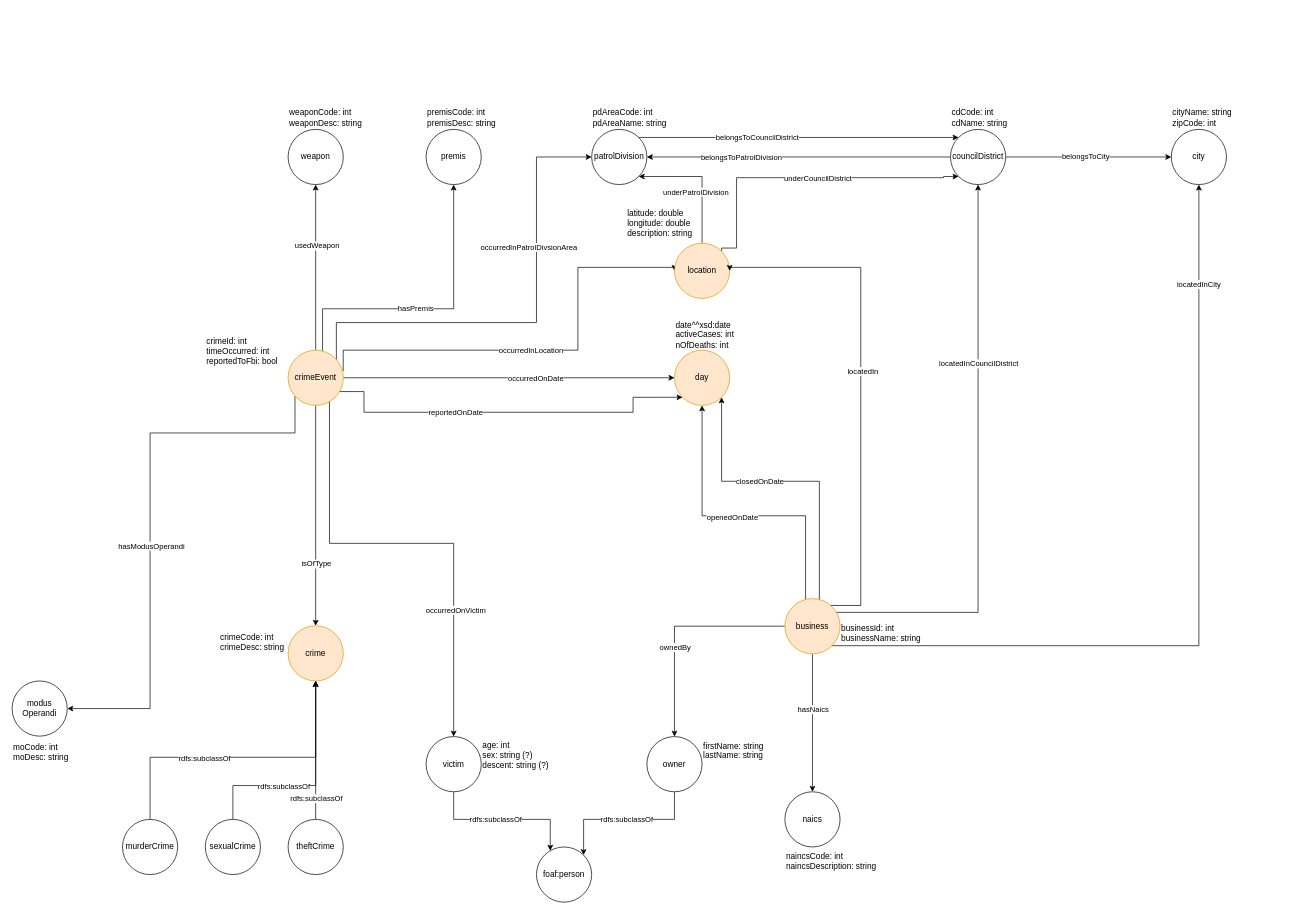
Above: requirements analysis/Bitsei_ontology.drawio in mircocazzaro/bitsei-db2-unipd (draw.io), before the change. Source tidied: cells renumbered, new cells numbered last; positions are measured from the earlier drawing's top-left corner, leaving out a move shared by most shapes. Both pictures are drawn from the tidied source at 69%, with x=0, y=0 at pixel (12, 74).
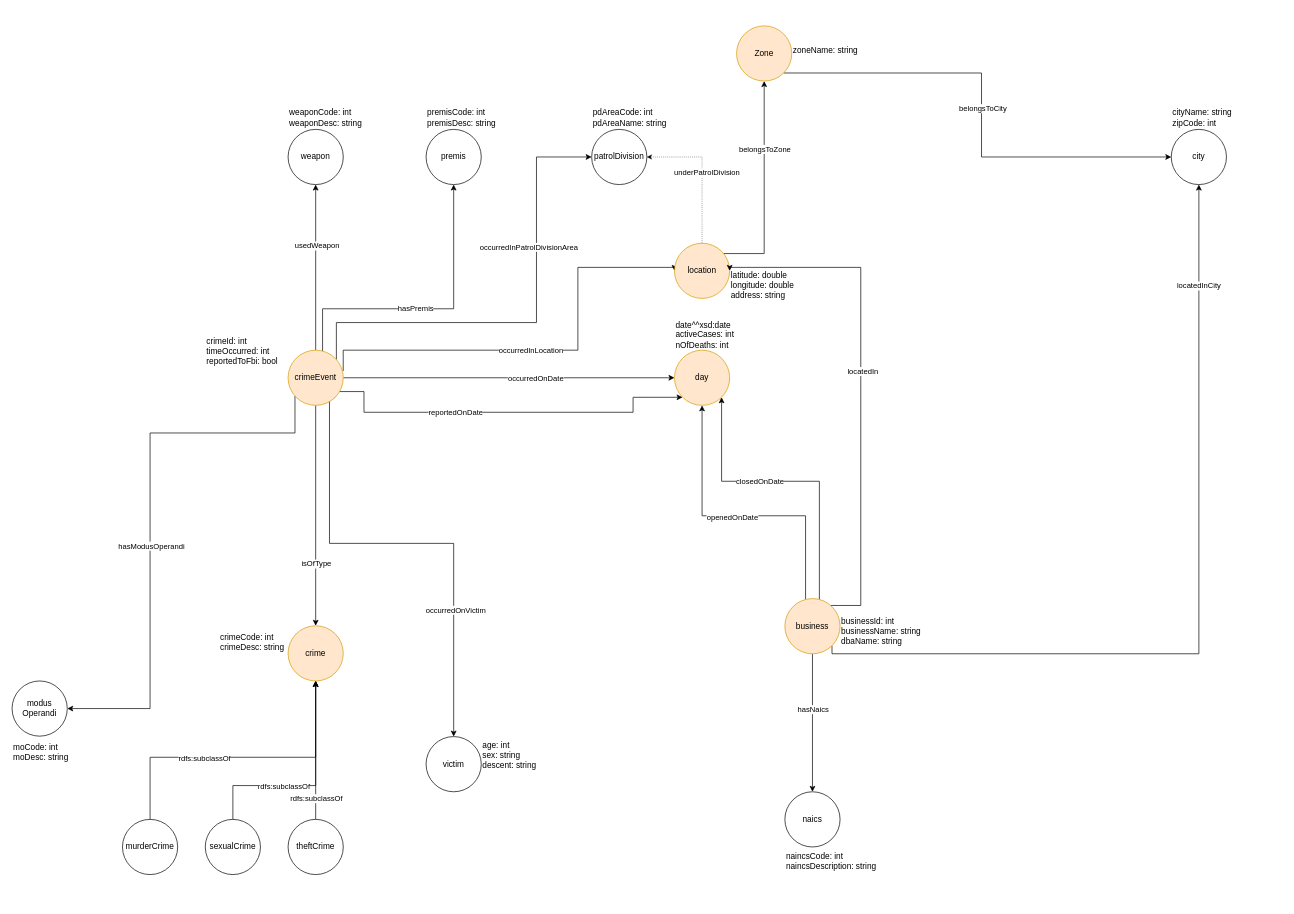
The same diagram, later.

Commit message:
Requirement Analysis: updated the ontology graph

Unchanged cells that the change refers to:
```xml
<mxCell id="4" style="edgeStyle=orthogonalEdgeStyle;rounded=0;jettySize=auto;html=1;" parent="1" edge="1" source="20" target="30">
  <mxGeometry relative="1" as="geometry">
    <Array as="points">
      <mxPoint x="470" y="360" />
      <mxPoint x="760" y="360" />
      <mxPoint x="760" y="120" />
    </Array>
  </mxGeometry>
</mxCell>
<mxCell id="27" value="location" style="ellipse;whiteSpace=wrap;html=1;fillColor=#ffe6cc;strokeColor=#d79b00;" parent="1" vertex="1">
  <mxGeometry x="960" y="245" width="80" height="80" as="geometry" />
</mxCell>
<mxCell id="30" value="patrolDivision" style="ellipse;whiteSpace=wrap;html=1;" parent="1" vertex="1">
  <mxGeometry x="840" y="80" width="80" height="80" as="geometry" />
</mxCell>
<mxCell id="36" value="victim" style="ellipse;whiteSpace=wrap;html=1;" parent="1" vertex="1">
  <mxGeometry x="600" y="960" width="80" height="80" as="geometry" />
</mxCell>
<mxCell id="51" value="business" style="ellipse;whiteSpace=wrap;html=1;fillColor=#ffe6cc;strokeColor=#d79b00;" parent="1" vertex="1">
  <mxGeometry x="1120" y="760" width="80" height="80" as="geometry" />
</mxCell>
<mxCell id="81" value="city" style="ellipse;whiteSpace=wrap;html=1;" parent="1" vertex="1">
  <mxGeometry x="1680" y="80" width="80" height="80" as="geometry" />
</mxCell>
```

The edit, as a diff of the source:
```diff
@@
-    <mxCell id="5" value="occurredInPatrolDivsionArea" style="edgeLabel;html=1;align=center;verticalAlign=middle;" parent="4" vertex="1">
+    <mxCell id="5" value="occurredInPatrolDivisionArea" style="edgeLabel;html=1;align=center;verticalAlign=middle;" parent="4" vertex="1">
       <mxGeometry x="-0.06" y="2" relative="1" as="geometry">
         <mxPoint x="20" y="-108" as="offset" />
       </mxGeometry>
     </mxCell>
@@
-    <mxCell id="23" style="edgeStyle=orthogonalEdgeStyle;rounded=0;jettySize=auto;html=1;exitX=0.5;exitY=0;exitDx=0;exitDy=0;entryX=1;entryY=1;entryDx=0;entryDy=0;" parent="1" edge="1" source="27" target="30">
+    <mxCell id="23" style="edgeStyle=orthogonalEdgeStyle;rounded=0;jettySize=auto;html=1;exitX=0.5;exitY=0;exitDx=0;exitDy=0;entryX=1;entryY=0.5;entryDx=0;entryDy=0;dashed=1;strokeWidth=0.5;" parent="1" edge="1" source="27" target="30">
       <mxGeometry relative="1" as="geometry">
         <Array as="points">
-          <mxPoint x="1000" y="148" />
+          <mxPoint x="1000" y="120" />
         </Array>
       </mxGeometry>
     </mxCell>
@@
-    <mxCell id="25" style="edgeStyle=orthogonalEdgeStyle;rounded=0;jettySize=auto;html=1;exitX=1;exitY=0;exitDx=0;exitDy=0;entryX=0;entryY=1;entryDx=0;entryDy=0;" parent="1" edge="1" source="27" target="57">
-      <mxGeometry relative="1" as="geometry">
-        <Array as="points">
-          <mxPoint x="1050" y="252" />
-          <mxPoint x="1050" y="150" />
-          <mxPoint x="1350" y="150" />
-          <mxPoint x="1350" y="148" />
-        </Array>
-      </mxGeometry>
-    </mxCell>
-    <mxCell id="26" value="underCouncilDistrict" style="edgeLabel;html=1;align=center;verticalAlign=middle;" parent="25" vertex="1">
-      <mxGeometry x="-0.38" y="-1" relative="1" as="geometry">
-        <mxPoint x="106" as="offset" />
-      </mxGeometry>
-    </mxCell>
+    <mxCell id="86" style="edgeStyle=orthogonalEdgeStyle;rounded=0;jettySize=auto;html=1;" parent="1" edge="1" source="27" target="89">
+      <mxGeometry relative="1" as="geometry">
+        <Array as="points">
+          <mxPoint x="1090" y="260" />
+        </Array>
+      </mxGeometry>
+    </mxCell>
+    <mxCell id="87" value="&lt;div&gt;belongsToZone&lt;/div&gt;" style="edgeLabel;html=1;align=center;verticalAlign=middle;" parent="86" vertex="1">
+      <mxGeometry x="0.36" relative="1" as="geometry" />
+    </mxCell>
@@
-    <mxCell id="28" style="edgeStyle=orthogonalEdgeStyle;rounded=0;jettySize=auto;html=1;exitX=1;exitY=0;exitDx=0;exitDy=0;entryX=0;entryY=0;entryDx=0;entryDy=0;" parent="1" edge="1" source="30" target="57">
-      <mxGeometry relative="1" as="geometry" />
-    </mxCell>
-    <mxCell id="29" value="belongsToCouncilDistrict" style="edgeLabel;html=1;align=center;verticalAlign=middle;" parent="28" vertex="1">
-      <mxGeometry x="-0.26" relative="1" as="geometry" />
-    </mxCell>
@@
-    <mxCell id="34" style="edgeStyle=orthogonalEdgeStyle;rounded=0;jettySize=auto;html=1;" parent="1" edge="1" source="36" target="61">
-      <mxGeometry relative="1" as="geometry">
-        <Array as="points">
-          <mxPoint x="640" y="1080" />
-          <mxPoint x="780" y="1080" />
-        </Array>
-      </mxGeometry>
-    </mxCell>
-    <mxCell id="35" value="rdfs:subclassOf" style="edgeLabel;html=1;align=center;verticalAlign=middle;" parent="34" vertex="1">
-      <mxGeometry x="-0.29" y="-1" relative="1" as="geometry">
-        <mxPoint x="20" y="-1" as="offset" />
-      </mxGeometry>
-    </mxCell>
@@
-    <mxCell id="45" style="edgeStyle=orthogonalEdgeStyle;rounded=0;jettySize=auto;html=1;" parent="1" edge="1" source="51" target="57">
-      <mxGeometry relative="1" as="geometry">
-        <Array as="points">
-          <mxPoint x="1400" y="780" />
-        </Array>
-      </mxGeometry>
-    </mxCell>
-    <mxCell id="46" value="locatedInCouncilDistrict" style="edgeLabel;html=1;align=center;verticalAlign=middle;" parent="45" vertex="1">
-      <mxGeometry x="0.37" relative="1" as="geometry">
-        <mxPoint y="-1" as="offset" />
-      </mxGeometry>
-    </mxCell>
-    <mxCell id="47" style="edgeStyle=orthogonalEdgeStyle;rounded=0;jettySize=auto;html=1;" parent="1" edge="1" source="51" target="60">
-      <mxGeometry relative="1" as="geometry" />
-    </mxCell>
-    <mxCell id="48" value="ownedBy" style="edgeLabel;html=1;align=center;verticalAlign=middle;" parent="47" vertex="1">
-      <mxGeometry x="-0.02" y="1" relative="1" as="geometry">
-        <mxPoint x="-3" y="29" as="offset" />
-      </mxGeometry>
-    </mxCell>
     <mxCell id="49" style="edgeStyle=orthogonalEdgeStyle;rounded=0;jettySize=auto;html=1;exitX=1;exitY=1;exitDx=0;exitDy=0;entryX=0.5;entryY=1;entryDx=0;entryDy=0;" parent="1" edge="1" source="51" target="81">
-      <mxGeometry relative="1" as="geometry" />
+      <mxGeometry relative="1" as="geometry">
+        <Array as="points">
+          <mxPoint x="1188" y="840" />
+          <mxPoint x="1720" y="840" />
+        </Array>
+      </mxGeometry>
     </mxCell>
@@
-    <mxCell id="53" style="edgeStyle=orthogonalEdgeStyle;rounded=0;jettySize=auto;html=1;entryX=0;entryY=0.5;entryDx=0;entryDy=0;" parent="1" edge="1" source="57" target="81">
-      <mxGeometry relative="1" as="geometry" />
-    </mxCell>
-    <mxCell id="54" value="belongsToCity" style="edgeLabel;html=1;align=center;verticalAlign=middle;" parent="53" vertex="1">
-      <mxGeometry x="-0.04" y="1" relative="1" as="geometry" />
-    </mxCell>
-    <mxCell id="55" style="edgeStyle=orthogonalEdgeStyle;rounded=0;jettySize=auto;html=1;entryX=1;entryY=0.5;entryDx=0;entryDy=0;" parent="1" edge="1" source="57" target="30">
-      <mxGeometry relative="1" as="geometry" />
-    </mxCell>
-    <mxCell id="56" value="belongsToPatrolDivision" style="edgeLabel;html=1;align=center;verticalAlign=middle;" parent="55" vertex="1">
-      <mxGeometry x="0.38" relative="1" as="geometry" />
-    </mxCell>
-    <mxCell id="57" value="councilDistrict" style="ellipse;whiteSpace=wrap;html=1;" parent="1" vertex="1">
-      <mxGeometry x="1360" y="80" width="80" height="80" as="geometry" />
-    </mxCell>
-    <mxCell id="58" style="edgeStyle=orthogonalEdgeStyle;rounded=0;jettySize=auto;html=1;entryX=1;entryY=0;entryDx=0;entryDy=0;" parent="1" edge="1" source="60" target="61">
-      <mxGeometry relative="1" as="geometry">
-        <Array as="points">
-          <mxPoint x="960" y="1080" />
-          <mxPoint x="828" y="1080" />
-        </Array>
-      </mxGeometry>
-    </mxCell>
-    <mxCell id="59" value="rdfs:subclassOf" style="edgeLabel;html=1;align=center;verticalAlign=middle;" parent="58" vertex="1">
-      <mxGeometry x="0.15" relative="1" as="geometry">
-        <mxPoint x="18" as="offset" />
-      </mxGeometry>
-    </mxCell>
-    <mxCell id="60" value="owner" style="ellipse;whiteSpace=wrap;html=1;" parent="1" vertex="1">
-      <mxGeometry x="920" y="960" width="80" height="80" as="geometry" />
-    </mxCell>
-    <mxCell id="61" value="foaf:person" style="ellipse;whiteSpace=wrap;html=1;" parent="1" vertex="1">
-      <mxGeometry x="760" y="1120" width="80" height="80" as="geometry" />
-    </mxCell>
@@
-    <mxCell id="75" value="cdCode: int&lt;div&gt;cdName: string&lt;br&gt;&lt;/div&gt;" style="text;html=1;strokeColor=none;fillColor=none;align=left;verticalAlign=bottom;whiteSpace=wrap;rounded=0;" parent="1" vertex="1">
-      <mxGeometry x="1360" width="160" height="80" as="geometry" />
-    </mxCell>
@@
-    <mxCell id="77" value="&lt;div&gt;age: int&lt;/div&gt;&lt;div&gt;sex: string (?)&lt;/div&gt;&lt;div&gt;descent: string (?)&lt;br&gt;&lt;/div&gt;" style="text;html=1;strokeColor=none;fillColor=none;align=left;verticalAlign=top;whiteSpace=wrap;rounded=0;" parent="1" vertex="1">
+    <mxCell id="77" value="&lt;div&gt;age: int&lt;/div&gt;&lt;div&gt;sex: string &lt;br&gt;&lt;/div&gt;&lt;div&gt;descent: string &lt;br&gt;&lt;/div&gt;" style="text;html=1;strokeColor=none;fillColor=none;align=left;verticalAlign=top;whiteSpace=wrap;rounded=0;" parent="1" vertex="1">
       <mxGeometry x="680" y="959.4" width="160" height="80" as="geometry" />
     </mxCell>
-    <mxCell id="78" value="&lt;div&gt;firstName: string&lt;/div&gt;&lt;div&gt;lastName: string&lt;br&gt;&lt;/div&gt;" style="text;html=1;strokeColor=none;fillColor=none;align=left;verticalAlign=top;whiteSpace=wrap;rounded=0;" parent="1" vertex="1">
-      <mxGeometry x="1000" y="960" width="160" height="80" as="geometry" />
-    </mxCell>
@@
-    <mxCell id="80" value="&lt;div&gt;businessId: int&lt;/div&gt;&lt;div&gt;businessName: string&lt;/div&gt;&lt;div&gt;&lt;br&gt;&lt;/div&gt;" style="text;html=1;strokeColor=none;fillColor=none;align=left;verticalAlign=top;whiteSpace=wrap;rounded=0;" parent="1" vertex="1">
-      <mxGeometry x="1200" y="790" width="160" height="80" as="geometry" />
+    <mxCell id="80" value="&lt;div&gt;businessId: int&lt;/div&gt;&lt;div&gt;businessName: string&lt;/div&gt;&lt;div&gt;dbaName: string&lt;br&gt;&lt;/div&gt;&lt;div&gt;&lt;br&gt;&lt;/div&gt;&lt;div&gt;&lt;br&gt;&lt;/div&gt;" style="text;html=1;strokeColor=none;fillColor=none;align=left;verticalAlign=top;whiteSpace=wrap;rounded=0;" parent="1" vertex="1">
+      <mxGeometry x="1200" y="780" width="160" height="80" as="geometry" />
     </mxCell>
@@
-    <mxCell id="82" value="&lt;div&gt;latitude: double&lt;/div&gt;&lt;div&gt;longitude: double&lt;br&gt;&lt;/div&gt;&lt;div&gt;description: string&lt;br&gt;&lt;/div&gt;" style="text;html=1;strokeColor=none;fillColor=none;align=left;verticalAlign=bottom;whiteSpace=wrap;rounded=0;" parent="1" vertex="1">
-      <mxGeometry x="890" y="160" width="160" height="80" as="geometry" />
+    <mxCell id="82" value="&lt;div&gt;latitude: double&lt;/div&gt;&lt;div&gt;longitude: double&lt;br&gt;&lt;/div&gt;&lt;div&gt;address: string&lt;br&gt;&lt;/div&gt;" style="text;html=1;strokeColor=none;fillColor=none;align=left;verticalAlign=bottom;whiteSpace=wrap;rounded=0;" parent="1" vertex="1">
+      <mxGeometry x="1040" y="250" width="160" height="80" as="geometry" />
     </mxCell>
@@
+    <mxCell id="88" style="edgeStyle=orthogonalEdgeStyle;rounded=0;jettySize=auto;html=1;exitX=1;exitY=1;exitDx=0;exitDy=0;entryX=0;entryY=0.5;entryDx=0;entryDy=0;" parent="1" edge="1" source="89" target="81">
+      <mxGeometry relative="1" as="geometry" />
+    </mxCell>
+    <mxCell id="54" value="belongsToCity" style="edgeLabel;html=1;align=center;verticalAlign=middle;" parent="88" vertex="1">
+      <mxGeometry x="-0.01" y="1" relative="1" as="geometry" />
+    </mxCell>
+    <mxCell id="89" value="Zone" style="ellipse;whiteSpace=wrap;html=1;fillColor=#ffe6cc;strokeColor=#d79b00;" parent="1" vertex="1">
+      <mxGeometry x="1050" y="-70" width="80" height="80" as="geometry" />
+    </mxCell>
+    <mxCell id="90" value="&lt;br&gt;&lt;div&gt;zoneName: string&lt;/div&gt;&lt;div&gt;&lt;br&gt;&lt;/div&gt;" style="text;html=1;strokeColor=none;fillColor=none;align=left;verticalAlign=bottom;whiteSpace=wrap;rounded=0;" parent="1" vertex="1">
+      <mxGeometry x="1130" y="-90" width="160" height="80" as="geometry" />
+    </mxCell>
```
